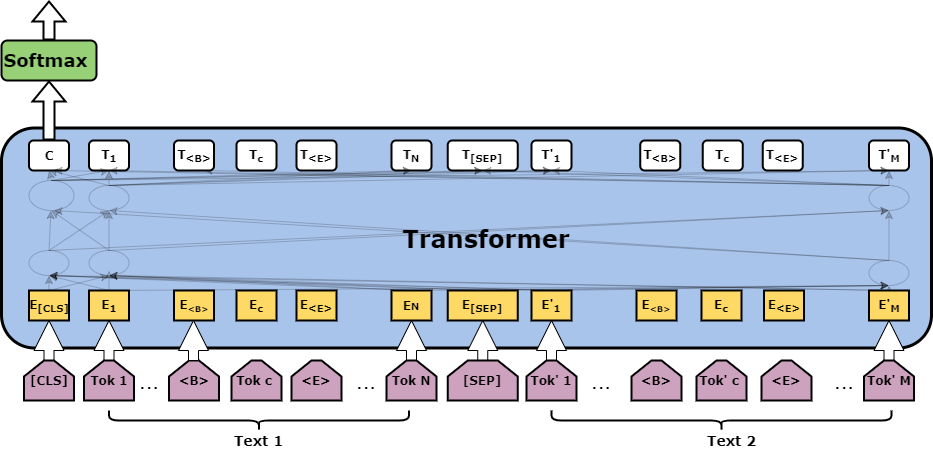
Before: figures/semantic_textual_similarity/transformers/STSTransformers.png, a diagram exported from draw.io (TharinduDR/Thesis). Source tidied: cells renumbered, new cells last; positions are measured from the earlier drawing's top-left corner, leaving out a move shared by most shapes.
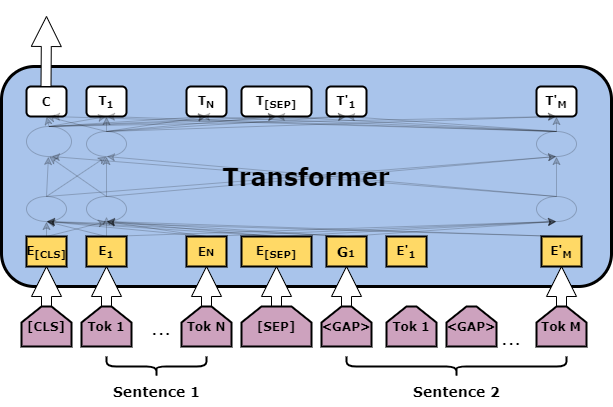
Above is the later version.

Change to the diagram source:
```diff
@@ -5,6 +5,6 @@
     <mxCell id="2" style="rounded=1;whiteSpace=wrap;html=1;strokeWidth=3;fillColor=#A9C4EB;" parent="1" vertex="1">
-      <mxGeometry y="127.5" width="930" height="220" as="geometry" />
+      <mxGeometry x="-220" y="90" width="610" height="220" as="geometry" />
     </mxCell>
     <mxCell id="3" value="&lt;font face=&quot;Verdana&quot;&gt;&lt;span style=&quot;font-size: 24px&quot;&gt;&lt;b&gt;Transformer&lt;/b&gt;&lt;/span&gt;&lt;/font&gt;" style="text;html=1;strokeColor=none;fillColor=none;align=center;verticalAlign=middle;whiteSpace=wrap;rounded=0;" parent="1" vertex="1">
-      <mxGeometry x="435" y="225" width="100" height="25" as="geometry" />
+      <mxGeometry x="35" y="187.5" width="100" height="25" as="geometry" />
     </mxCell>
@@ -14,3 +14,3 @@
     <mxCell id="5" value="&lt;font face=&quot;Verdana&quot;&gt;&lt;b&gt;[CLS]&lt;/b&gt;&lt;/font&gt;" style="shape=loopLimit;whiteSpace=wrap;html=1;fillColor=#CDA2BE;strokeWidth=2;" parent="1" vertex="1">
-      <mxGeometry x="22.5" y="360" width="50" height="40" as="geometry" />
+      <mxGeometry x="-200" y="330" width="50" height="40" as="geometry" />
     </mxCell>
@@ -20,6 +20,6 @@
     <mxCell id="7" value="&lt;font face=&quot;Verdana&quot;&gt;&lt;b&gt;Tok 1&lt;/b&gt;&lt;/font&gt;" style="shape=loopLimit;whiteSpace=wrap;html=1;fillColor=#CDA2BE;strokeWidth=2;" parent="1" vertex="1">
-      <mxGeometry x="82.5" y="360" width="50" height="40" as="geometry" />
+      <mxGeometry x="-140" y="330" width="50" height="40" as="geometry" />
     </mxCell>
     <mxCell id="8" value="&lt;font style=&quot;font-size: 24px&quot;&gt;...&lt;/font&gt;" style="text;html=1;strokeColor=none;fillColor=none;align=center;verticalAlign=middle;whiteSpace=wrap;rounded=0;" parent="1" vertex="1">
-      <mxGeometry x="127.5" y="370" width="40" height="20" as="geometry" />
+      <mxGeometry x="-80" y="340" width="40" height="20" as="geometry" />
     </mxCell>
@@ -29,3 +29,3 @@
     <mxCell id="10" value="&lt;font face=&quot;Verdana&quot;&gt;&lt;b&gt;Tok N&lt;/b&gt;&lt;/font&gt;" style="shape=loopLimit;whiteSpace=wrap;html=1;fillColor=#CDA2BE;strokeWidth=2;" parent="1" vertex="1">
-      <mxGeometry x="385" y="360" width="50" height="40" as="geometry" />
+      <mxGeometry x="-40" y="330" width="50" height="40" as="geometry" />
     </mxCell>
@@ -35,3 +35,3 @@
     <mxCell id="12" value="&lt;font face=&quot;Verdana&quot;&gt;&lt;b&gt;[SEP]&lt;/b&gt;&lt;/font&gt;" style="shape=loopLimit;whiteSpace=wrap;html=1;fillColor=#CDA2BE;strokeWidth=2;" parent="1" vertex="1">
-      <mxGeometry x="446.2" y="360" width="70" height="40" as="geometry" />
+      <mxGeometry x="20" y="330" width="70" height="40" as="geometry" />
     </mxCell>
@@ -40,5 +40,8 @@
     </mxCell>
-    <mxCell id="14" value="&lt;font face=&quot;Verdana&quot;&gt;&lt;b&gt;Tok' 1&lt;/b&gt;&lt;/font&gt;" style="shape=loopLimit;whiteSpace=wrap;html=1;fillColor=#CDA2BE;strokeWidth=2;" parent="1" vertex="1">
-      <mxGeometry x="525" y="360" width="50" height="40" as="geometry" />
+    <mxCell id="14" value="&lt;font face=&quot;Verdana&quot;&gt;&lt;b&gt;&amp;lt;GAP&amp;gt;&lt;/b&gt;&lt;/font&gt;" style="shape=loopLimit;whiteSpace=wrap;html=1;fillColor=#CDA2BE;strokeWidth=2;" parent="1" vertex="1">
+      <mxGeometry x="100" y="330" width="50" height="40" as="geometry" />
     </mxCell>
+    <mxCell id="108" value="&lt;font style=&quot;font-size: 24px&quot;&gt;...&lt;/font&gt;" style="text;html=1;strokeColor=none;fillColor=none;align=center;verticalAlign=middle;whiteSpace=wrap;rounded=0;" parent="1" vertex="1">
+      <mxGeometry x="270" y="350" width="40" height="20" as="geometry" />
+    </mxCell>
     <mxCell id="15" style="edgeStyle=orthogonalEdgeStyle;shape=arrow;rounded=0;jettySize=auto;html=1;exitX=0.5;exitY=0;exitDx=0;exitDy=0;entryX=0.5;entryY=1;entryDx=0;entryDy=0;fillColor=#FFFFFF;" parent="1" edge="1" source="16" target="39">
@@ -46,4 +49,4 @@
     </mxCell>
-    <mxCell id="16" value="&lt;font face=&quot;Verdana&quot;&gt;&lt;b&gt;Tok' M&lt;/b&gt;&lt;/font&gt;" style="shape=loopLimit;whiteSpace=wrap;html=1;fillColor=#CDA2BE;strokeWidth=2;" parent="1" vertex="1">
-      <mxGeometry x="862.5" y="360" width="50" height="40" as="geometry" />
+    <mxCell id="16" value="&lt;font face=&quot;Verdana&quot;&gt;&lt;b&gt;Tok M&lt;/b&gt;&lt;/font&gt;" style="shape=loopLimit;whiteSpace=wrap;html=1;fillColor=#CDA2BE;strokeWidth=2;" parent="1" vertex="1">
+      <mxGeometry x="315" y="330" width="50" height="40" as="geometry" />
     </mxCell>
@@ -56,3 +59,3 @@
     <mxCell id="19" value="&lt;font face=&quot;Verdana&quot;&gt;&lt;b&gt;E&lt;sub&gt;[CLS]&lt;/sub&gt;&lt;/b&gt;&lt;/font&gt;" style="rounded=0;whiteSpace=wrap;html=1;strokeWidth=2;fillColor=#FFD966;" parent="1" vertex="1">
-      <mxGeometry x="27.5" y="290" width="40" height="30" as="geometry" />
+      <mxGeometry x="-195" y="260" width="40" height="30" as="geometry" />
     </mxCell>
@@ -63,3 +66,3 @@
       <mxGeometry relative="1" as="geometry">
-        <mxPoint x="107.5" y="270" as="targetPoint" />
+        <mxPoint x="-115" y="240" as="targetPoint" />
       </mxGeometry>
@@ -70,3 +73,3 @@
     <mxCell id="23" value="&lt;font face=&quot;Verdana&quot;&gt;&lt;b&gt;E&lt;sub&gt;1&lt;/sub&gt;&lt;/b&gt;&lt;/font&gt;" style="rounded=0;whiteSpace=wrap;html=1;strokeWidth=2;fillColor=#FFD966;" parent="1" vertex="1">
-      <mxGeometry x="87.5" y="290" width="40" height="30" as="geometry" />
+      <mxGeometry x="-135" y="260" width="40" height="30" as="geometry" />
     </mxCell>
@@ -82,3 +85,3 @@
     <mxCell id="27" value="&lt;font face=&quot;Verdana&quot;&gt;&lt;b&gt;E&lt;span style=&quot;font-size: 10px&quot;&gt;N&lt;/span&gt;&lt;/b&gt;&lt;/font&gt;" style="rounded=0;whiteSpace=wrap;html=1;strokeWidth=2;fillColor=#FFD966;" parent="1" vertex="1">
-      <mxGeometry x="390" y="290" width="40" height="30" as="geometry" />
+      <mxGeometry x="-35" y="260" width="40" height="30" as="geometry" />
     </mxCell>
@@ -94,3 +97,3 @@
     <mxCell id="31" value="&lt;font face=&quot;Verdana&quot;&gt;&lt;b&gt;E&lt;sub&gt;[SEP]&lt;/sub&gt;&lt;/b&gt;&lt;/font&gt;" style="rounded=0;whiteSpace=wrap;html=1;strokeWidth=2;fillColor=#FFD966;" parent="1" vertex="1">
-      <mxGeometry x="446.2" y="290" width="70" height="30" as="geometry" />
+      <mxGeometry x="20" y="260" width="70" height="30" as="geometry" />
     </mxCell>
@@ -105,4 +108,4 @@
     </mxCell>
-    <mxCell id="35" value="&lt;font face=&quot;Verdana&quot;&gt;&lt;b&gt;E'&lt;sub&gt;1&lt;/sub&gt;&lt;/b&gt;&lt;/font&gt;" style="rounded=0;whiteSpace=wrap;html=1;strokeWidth=2;fillColor=#FFD966;" parent="1" vertex="1">
-      <mxGeometry x="530" y="290" width="40" height="30" as="geometry" />
+    <mxCell id="35" value="&lt;font face=&quot;Verdana&quot;&gt;&lt;b&gt;&lt;sub&gt;&lt;font style=&quot;font-size: 14px&quot;&gt;G&lt;/font&gt;1&lt;/sub&gt;&lt;/b&gt;&lt;/font&gt;" style="rounded=0;whiteSpace=wrap;html=1;strokeWidth=2;fillColor=#FFD966;" parent="1" vertex="1">
+      <mxGeometry x="105" y="260" width="40" height="30" as="geometry" />
     </mxCell>
@@ -114,28 +117,22 @@
     </mxCell>
-    <mxCell id="38" style="edgeStyle=none;rounded=0;jettySize=auto;html=1;exitX=0.5;exitY=0;exitDx=0;exitDy=0;fillColor=#FFFFFF;opacity=20;" parent="1" edge="1" source="39" target="58">
-      <mxGeometry relative="1" as="geometry" />
-    </mxCell>
     <mxCell id="39" value="&lt;font face=&quot;Verdana&quot;&gt;&lt;b&gt;E'&lt;sub&gt;M&lt;/sub&gt;&lt;/b&gt;&lt;/font&gt;" style="rounded=0;whiteSpace=wrap;html=1;strokeWidth=2;fillColor=#FFD966;" parent="1" vertex="1">
-      <mxGeometry x="867.5" y="290" width="40" height="30" as="geometry" />
+      <mxGeometry x="320" y="260" width="40" height="30" as="geometry" />
     </mxCell>
-    <mxCell id="40" style="edgeStyle=orthogonalEdgeStyle;shape=flexArrow;rounded=0;jettySize=auto;html=1;exitX=0.5;exitY=0;exitDx=0;exitDy=0;fillColor=#FFFFFF;strokeWidth=2;" parent="1" edge="1" source="41" target="81">
-      <mxGeometry relative="1" as="geometry" />
-    </mxCell>
     <mxCell id="41" value="&lt;font face=&quot;Verdana&quot;&gt;&lt;b&gt;C&lt;/b&gt;&lt;/font&gt;" style="rounded=1;whiteSpace=wrap;html=1;strokeWidth=2;" parent="1" vertex="1">
-      <mxGeometry x="27.5" y="140" width="40" height="30" as="geometry" />
+      <mxGeometry x="-195" y="110" width="40" height="30" as="geometry" />
     </mxCell>
     <mxCell id="42" value="&lt;font face=&quot;Verdana&quot;&gt;&lt;b&gt;T&lt;sub&gt;1&lt;/sub&gt;&lt;/b&gt;&lt;/font&gt;" style="rounded=1;whiteSpace=wrap;html=1;strokeWidth=2;" parent="1" vertex="1">
-      <mxGeometry x="87.5" y="140" width="40" height="30" as="geometry" />
+      <mxGeometry x="-135" y="110" width="40" height="30" as="geometry" />
     </mxCell>
     <mxCell id="43" value="&lt;font face=&quot;Verdana&quot;&gt;&lt;b&gt;T&lt;sub&gt;N&lt;/sub&gt;&lt;/b&gt;&lt;/font&gt;" style="rounded=1;whiteSpace=wrap;html=1;strokeWidth=2;" parent="1" vertex="1">
-      <mxGeometry x="390" y="140" width="40" height="30" as="geometry" />
+      <mxGeometry x="-35" y="110" width="40" height="30" as="geometry" />
     </mxCell>
     <mxCell id="44" value="&lt;font face=&quot;Verdana&quot;&gt;&lt;b&gt;T&lt;sub&gt;[SEP]&lt;/sub&gt;&lt;/b&gt;&lt;/font&gt;" style="rounded=1;whiteSpace=wrap;html=1;strokeWidth=2;" parent="1" vertex="1">
-      <mxGeometry x="446.2" y="140" width="70" height="30" as="geometry" />
+      <mxGeometry x="20" y="110" width="70" height="30" as="geometry" />
     </mxCell>
     <mxCell id="45" value="&lt;font face=&quot;Verdana&quot;&gt;&lt;b&gt;T'&lt;sub&gt;1&lt;/sub&gt;&lt;/b&gt;&lt;/font&gt;" style="rounded=1;whiteSpace=wrap;html=1;strokeWidth=2;" parent="1" vertex="1">
-      <mxGeometry x="530" y="140" width="40" height="30" as="geometry" />
+      <mxGeometry x="105" y="110" width="40" height="30" as="geometry" />
     </mxCell>
     <mxCell id="46" value="&lt;font face=&quot;Verdana&quot;&gt;&lt;b&gt;T'&lt;sub&gt;M&lt;/sub&gt;&lt;/b&gt;&lt;/font&gt;" style="rounded=1;whiteSpace=wrap;html=1;strokeWidth=2;" parent="1" vertex="1">
-      <mxGeometry x="867.5" y="140" width="40" height="30" as="geometry" />
+      <mxGeometry x="315" y="110" width="40" height="30" as="geometry" />
     </mxCell>
@@ -151,3 +148,3 @@
     <mxCell id="50" style="ellipse;whiteSpace=wrap;html=1;strokeWidth=1;fillColor=#A9C4EB;opacity=20;" parent="1" vertex="1">
-      <mxGeometry x="27.5" y="250" width="40" height="25" as="geometry" />
+      <mxGeometry x="-195" y="220" width="40" height="25" as="geometry" />
     </mxCell>
@@ -163,3 +160,3 @@
     <mxCell id="54" style="ellipse;whiteSpace=wrap;html=1;strokeWidth=1;fillColor=#A9C4EB;opacity=20;" parent="1" vertex="1">
-      <mxGeometry x="87.5" y="250" width="40" height="25" as="geometry" />
+      <mxGeometry x="-135" y="220" width="40" height="25" as="geometry" />
     </mxCell>
@@ -167,3 +164,3 @@
       <mxGeometry relative="1" as="geometry">
-        <mxPoint x="52.5" y="210" as="targetPoint" />
+        <mxPoint x="-170" y="180" as="targetPoint" />
       </mxGeometry>
@@ -177,3 +174,3 @@
     <mxCell id="58" style="ellipse;whiteSpace=wrap;html=1;strokeWidth=1;fillColor=#A9C4EB;opacity=20;" parent="1" vertex="1">
-      <mxGeometry x="867.5" y="260" width="40" height="25" as="geometry" />
+      <mxGeometry x="315" y="220" width="40" height="25" as="geometry" />
     </mxCell>
@@ -198,3 +195,3 @@
     <mxCell id="65" style="ellipse;whiteSpace=wrap;html=1;strokeWidth=1;fillColor=#A9C4EB;opacity=20;" parent="1" vertex="1">
-      <mxGeometry x="27.5" y="180" width="45" height="30" as="geometry" />
+      <mxGeometry x="-195" y="150" width="45" height="30" as="geometry" />
     </mxCell>
@@ -219,3 +216,3 @@
     <mxCell id="72" style="ellipse;whiteSpace=wrap;html=1;strokeWidth=1;opacity=20;fillColor=#A9C4EB;" parent="1" vertex="1">
-      <mxGeometry x="87.5" y="185" width="40" height="25" as="geometry" />
+      <mxGeometry x="-135" y="155" width="40" height="25" as="geometry" />
     </mxCell>
@@ -223,3 +220,3 @@
       <mxGeometry relative="1" as="geometry">
-        <mxPoint x="52.5" y="170" as="targetPoint" />
+        <mxPoint x="-170" y="140" as="targetPoint" />
       </mxGeometry>
@@ -237,3 +234,3 @@
       <mxGeometry relative="1" as="geometry">
-        <mxPoint x="202.5" y="170" as="targetPoint" />
+        <mxPoint x="-20" y="140" as="targetPoint" />
       </mxGeometry>
@@ -244,93 +241,31 @@
     <mxCell id="79" style="ellipse;whiteSpace=wrap;html=1;strokeWidth=1;opacity=20;fillColor=#A9C4EB;" parent="1" vertex="1">
-      <mxGeometry x="867.5" y="185" width="40" height="25" as="geometry" />
+      <mxGeometry x="315" y="155" width="40" height="25" as="geometry" />
     </mxCell>
-    <mxCell id="80" style="edgeStyle=orthogonalEdgeStyle;rounded=0;jettySize=auto;html=1;exitX=0.5;exitY=0;exitDx=0;exitDy=0;shape=flexArrow;strokeWidth=2;" parent="1" edge="1" source="81">
-      <mxGeometry relative="1" as="geometry">
-        <mxPoint x="47.5" as="targetPoint" />
-      </mxGeometry>
-    </mxCell>
-    <mxCell id="81" value="&lt;font style=&quot;font-size: 18px&quot; face=&quot;Verdana&quot;&gt;&lt;b&gt;Softmax&amp;nbsp;&lt;/b&gt;&lt;/font&gt;" style="rounded=1;whiteSpace=wrap;html=1;strokeWidth=2;fillColor=#97D077;" parent="1" vertex="1">
-      <mxGeometry y="40" width="95" height="40" as="geometry" />
-    </mxCell>
-    <mxCell id="82" value="&lt;font face=&quot;Verdana&quot;&gt;&lt;span style=&quot;font-size: 14px&quot;&gt;&lt;b&gt;Text 1&lt;/b&gt;&lt;/span&gt;&lt;/font&gt;" style="text;html=1;strokeColor=none;fillColor=none;align=center;verticalAlign=middle;whiteSpace=wrap;rounded=0;" parent="1" vertex="1">
-      <mxGeometry x="230" y="430" width="55" height="20" as="geometry" />
+    <mxCell id="82" value="&lt;font face=&quot;Verdana&quot; style=&quot;font-size: 14px&quot;&gt;&lt;b&gt;Sentence 1&lt;/b&gt;&lt;/font&gt;" style="text;html=1;strokeColor=none;fillColor=none;align=center;verticalAlign=middle;whiteSpace=wrap;rounded=0;" parent="1" vertex="1">
+      <mxGeometry x="-122.5" y="400" width="115" height="30" as="geometry" />
     </mxCell>
-    <mxCell id="83" value="&lt;font face=&quot;Verdana&quot;&gt;&lt;span style=&quot;font-size: 14px&quot;&gt;&lt;b&gt;Text 2&lt;/b&gt;&lt;/span&gt;&lt;/font&gt;" style="text;html=1;align=center;verticalAlign=middle;" parent="1" vertex="1">
-      <mxGeometry x="700" y="430" width="60" height="20" as="geometry" />
+    <mxCell id="83" value="&lt;b style=&quot;font-family: &amp;#34;verdana&amp;#34; ; font-size: 14px&quot;&gt;Sentence 2&lt;/b&gt;" style="text;html=1;align=center;verticalAlign=middle;" parent="1" vertex="1">
+      <mxGeometry x="185" y="405" width="100" height="20" as="geometry" />
     </mxCell>
     <mxCell id="84" style="shape=curlyBracket;whiteSpace=wrap;html=1;rounded=1;strokeWidth=2;rotation=-90;" parent="1" vertex="1">
-      <mxGeometry x="247.5" y="270" width="20" height="300" as="geometry" />
+      <mxGeometry x="-75" y="340" width="20" height="100" as="geometry" />
     </mxCell>
     <mxCell id="85" style="shape=curlyBracket;whiteSpace=wrap;html=1;rounded=1;strokeWidth=2;rotation=-90;" parent="1" vertex="1">
-      <mxGeometry x="710" y="250" width="20" height="340" as="geometry" />
+      <mxGeometry x="225" y="280" width="20" height="220" as="geometry" />
     </mxCell>
-    <mxCell id="86" value="&lt;font face=&quot;Verdana&quot; style=&quot;font-size: 12px&quot;&gt;&lt;b&gt;Tok c&amp;nbsp;&lt;/b&gt;&lt;/font&gt;" style="shape=loopLimit;whiteSpace=wrap;html=1;fillColor=#CDA2BE;strokeWidth=2;" parent="1" vertex="1">
-      <mxGeometry x="230" y="360" width="50" height="40" as="geometry" />
-    </mxCell>
-    <mxCell id="87" value="&lt;font face=&quot;Verdana&quot;&gt;&lt;b&gt;&amp;lt;E&amp;gt;&lt;/b&gt;&lt;/font&gt;" style="shape=loopLimit;whiteSpace=wrap;html=1;fillColor=#CDA2BE;strokeWidth=2;" parent="1" vertex="1">
-      <mxGeometry x="290" y="360" width="50" height="40" as="geometry" />
-    </mxCell>
-    <mxCell id="88" value="&lt;font face=&quot;Verdana&quot; style=&quot;font-size: 12px&quot;&gt;&lt;b&gt;&amp;lt;B&amp;gt;&lt;/b&gt;&lt;/font&gt;" style="shape=loopLimit;whiteSpace=wrap;html=1;fillColor=#CDA2BE;strokeWidth=2;" parent="1" vertex="1">
-      <mxGeometry x="167.5" y="360" width="50" height="40" as="geometry" />
-    </mxCell>
-    <mxCell id="89" value="&lt;font style=&quot;font-size: 24px&quot;&gt;...&lt;/font&gt;" style="text;html=1;strokeColor=none;fillColor=none;align=center;verticalAlign=middle;whiteSpace=wrap;rounded=0;" parent="1" vertex="1">
-      <mxGeometry x="345" y="370" width="40" height="20" as="geometry" />
-    </mxCell>
-    <mxCell id="90" value="&lt;font face=&quot;Verdana&quot; style=&quot;font-size: 12px&quot;&gt;&lt;b&gt;&lt;font&gt;Tok&lt;/font&gt;' c&amp;nbsp;&lt;/b&gt;&lt;/font&gt;" style="shape=loopLimit;whiteSpace=wrap;html=1;fillColor=#CDA2BE;strokeWidth=2;" parent="1" vertex="1">
-      <mxGeometry x="695" y="360" width="50" height="40" as="geometry" />
-    </mxCell>
-    <mxCell id="91" value="&lt;font face=&quot;Verdana&quot;&gt;&lt;b&gt;&amp;lt;E&amp;gt;&lt;/b&gt;&lt;/font&gt;" style="shape=loopLimit;whiteSpace=wrap;html=1;fillColor=#CDA2BE;strokeWidth=2;" parent="1" vertex="1">
-      <mxGeometry x="760" y="360" width="50" height="40" as="geometry" />
-    </mxCell>
-    <mxCell id="92" value="&lt;font face=&quot;Verdana&quot; style=&quot;font-size: 12px&quot;&gt;&lt;b&gt;&amp;lt;B&amp;gt;&lt;/b&gt;&lt;/font&gt;" style="shape=loopLimit;whiteSpace=wrap;html=1;fillColor=#CDA2BE;strokeWidth=2;" parent="1" vertex="1">
-      <mxGeometry x="630" y="360" width="50" height="40" as="geometry" />
-    </mxCell>
-    <mxCell id="93" value="&lt;font style=&quot;font-size: 24px&quot;&gt;...&lt;/font&gt;" style="text;html=1;strokeColor=none;fillColor=none;align=center;verticalAlign=middle;whiteSpace=wrap;rounded=0;" parent="1" vertex="1">
-      <mxGeometry x="580" y="370" width="40" height="20" as="geometry" />
-    </mxCell>
-    <mxCell id="94" value="&lt;font style=&quot;font-size: 24px&quot;&gt;...&lt;/font&gt;" style="text;html=1;strokeColor=none;fillColor=none;align=center;verticalAlign=middle;whiteSpace=wrap;rounded=0;" parent="1" vertex="1">
-      <mxGeometry x="822.5" y="370" width="40" height="20" as="geometry" />
-    </mxCell>
-    <mxCell id="95" value="&lt;font face=&quot;Verdana&quot;&gt;&lt;b&gt;E&lt;span style=&quot;font-size: 10px&quot;&gt;&lt;sub&gt;&amp;lt;B&amp;gt;&lt;/sub&gt;&lt;/span&gt;&lt;/b&gt;&lt;/font&gt;" style="rounded=0;whiteSpace=wrap;html=1;strokeWidth=2;fillColor=#FFD966;" parent="1" vertex="1">
-      <mxGeometry x="172.5" y="290" width="40" height="30" as="geometry" />
-    </mxCell>
-    <mxCell id="96" value="&lt;font face=&quot;Verdana&quot;&gt;&lt;b&gt;E&lt;sub&gt;c&lt;/sub&gt;&lt;/b&gt;&lt;/font&gt;" style="rounded=0;whiteSpace=wrap;html=1;strokeWidth=2;fillColor=#FFD966;" parent="1" vertex="1">
-      <mxGeometry x="235" y="290" width="40" height="30" as="geometry" />
-    </mxCell>
-    <mxCell id="97" value="&lt;font face=&quot;Verdana&quot;&gt;&lt;b&gt;E&lt;sub&gt;&amp;lt;E&amp;gt;&lt;/sub&gt;&lt;/b&gt;&lt;/font&gt;" style="rounded=0;whiteSpace=wrap;html=1;strokeWidth=2;fillColor=#FFD966;" parent="1" vertex="1">
-      <mxGeometry x="295" y="290" width="40" height="30" as="geometry" />
-    </mxCell>
-    <mxCell id="98" value="&lt;font face=&quot;Verdana&quot;&gt;&lt;b&gt;T&lt;sub&gt;&amp;lt;B&amp;gt;&lt;/sub&gt;&lt;/b&gt;&lt;/font&gt;" style="rounded=1;whiteSpace=wrap;html=1;strokeWidth=2;" parent="1" vertex="1">
-      <mxGeometry x="172.5" y="140" width="40" height="30" as="geometry" />
-    </mxCell>
-    <mxCell id="99" value="&lt;font face=&quot;Verdana&quot;&gt;&lt;b&gt;T&lt;sub&gt;c&lt;/sub&gt;&lt;/b&gt;&lt;/font&gt;" style="rounded=1;whiteSpace=wrap;html=1;strokeWidth=2;" parent="1" vertex="1">
-      <mxGeometry x="235" y="140" width="40" height="30" as="geometry" />
-    </mxCell>
-    <mxCell id="100" value="&lt;font face=&quot;Verdana&quot;&gt;&lt;b&gt;T&lt;sub&gt;&amp;lt;E&amp;gt;&lt;/sub&gt;&lt;/b&gt;&lt;/font&gt;" style="rounded=1;whiteSpace=wrap;html=1;strokeWidth=2;" parent="1" vertex="1">
-      <mxGeometry x="295" y="140" width="40" height="30" as="geometry" />
-    </mxCell>
-    <mxCell id="101" style="edgeStyle=orthogonalEdgeStyle;shape=arrow;rounded=0;orthogonalLoop=1;jettySize=auto;html=1;exitX=0.5;exitY=0;exitDx=0;exitDy=0;fillColor=#FFFFFF;" parent="1" edge="1">
-      <mxGeometry relative="1" as="geometry">
-        <mxPoint x="192" y="360" as="sourcePoint" />
-        <mxPoint x="192" y="320" as="targetPoint" />
-      </mxGeometry>
-    </mxCell>
-    <mxCell id="102" value="&lt;font face=&quot;Verdana&quot;&gt;&lt;b&gt;T&lt;sub&gt;&amp;lt;B&amp;gt;&lt;/sub&gt;&lt;/b&gt;&lt;/font&gt;" style="rounded=1;whiteSpace=wrap;html=1;strokeWidth=2;" parent="1" vertex="1">
-      <mxGeometry x="638.8" y="140" width="40" height="30" as="geometry" />
-    </mxCell>
-    <mxCell id="103" value="&lt;font face=&quot;Verdana&quot;&gt;&lt;b&gt;T&lt;sub&gt;c&lt;/sub&gt;&lt;/b&gt;&lt;/font&gt;" style="rounded=1;whiteSpace=wrap;html=1;strokeWidth=2;" parent="1" vertex="1">
-      <mxGeometry x="701.2" y="140" width="40" height="30" as="geometry" />
-    </mxCell>
-    <mxCell id="104" value="&lt;font face=&quot;Verdana&quot;&gt;&lt;b&gt;T&lt;sub&gt;&amp;lt;E&amp;gt;&lt;/sub&gt;&lt;/b&gt;&lt;/font&gt;" style="rounded=1;whiteSpace=wrap;html=1;strokeWidth=2;" parent="1" vertex="1">
-      <mxGeometry x="761.2" y="140" width="40" height="30" as="geometry" />
-    </mxCell>
-    <mxCell id="105" value="&lt;font face=&quot;Verdana&quot;&gt;&lt;b&gt;E&lt;span style=&quot;font-size: 10px&quot;&gt;&lt;sub&gt;&amp;lt;B&amp;gt;&lt;/sub&gt;&lt;/span&gt;&lt;/b&gt;&lt;/font&gt;" style="rounded=0;whiteSpace=wrap;html=1;strokeWidth=2;fillColor=#FFD966;" parent="1" vertex="1">
-      <mxGeometry x="635" y="290" width="40" height="30" as="geometry" />
-    </mxCell>
-    <mxCell id="106" value="&lt;font face=&quot;Verdana&quot;&gt;&lt;b&gt;E&lt;sub&gt;c&lt;/sub&gt;&lt;/b&gt;&lt;/font&gt;" style="rounded=0;whiteSpace=wrap;html=1;strokeWidth=2;fillColor=#FFD966;" parent="1" vertex="1">
-      <mxGeometry x="700" y="290" width="40" height="30" as="geometry" />
-    </mxCell>
-    <mxCell id="107" value="&lt;font face=&quot;Verdana&quot;&gt;&lt;b&gt;E&lt;sub&gt;&amp;lt;E&amp;gt;&lt;/sub&gt;&lt;/b&gt;&lt;/font&gt;" style="rounded=0;whiteSpace=wrap;html=1;strokeWidth=2;fillColor=#FFD966;" parent="1" vertex="1">
-      <mxGeometry x="762.5" y="290" width="40" height="30" as="geometry" />
-    </mxCell>
+    <mxCell id="109" value="&lt;font face=&quot;Verdana&quot;&gt;&lt;b&gt;Tok 1&lt;/b&gt;&lt;/font&gt;" style="shape=loopLimit;whiteSpace=wrap;html=1;fillColor=#CDA2BE;strokeWidth=2;" parent="1" vertex="1">
+      <mxGeometry x="165" y="330" width="50" height="40" as="geometry" />
+    </mxCell>
+    <mxCell id="110" value="&lt;font face=&quot;Verdana&quot;&gt;&lt;b&gt;E'&lt;sub&gt;1&lt;/sub&gt;&lt;/b&gt;&lt;/font&gt;" style="rounded=0;whiteSpace=wrap;html=1;strokeWidth=2;fillColor=#FFD966;" parent="1" vertex="1">
+      <mxGeometry x="165" y="260" width="40" height="30" as="geometry" />
+    </mxCell>
+    <mxCell id="111" value="&lt;font face=&quot;Verdana&quot;&gt;&lt;b&gt;&amp;lt;GAP&amp;gt;&lt;/b&gt;&lt;/font&gt;" style="shape=loopLimit;whiteSpace=wrap;html=1;fillColor=#CDA2BE;strokeWidth=2;" parent="1" vertex="1">
+      <mxGeometry x="225" y="330" width="50" height="40" as="geometry" />
+    </mxCell>
+    <mxCell id="112" style="edgeStyle=orthogonalEdgeStyle;shape=arrow;rounded=0;orthogonalLoop=1;jettySize=auto;html=1;exitX=0.5;exitY=0;exitDx=0;exitDy=0;fillColor=#FFFFFF;" parent="1" edge="1">
+      <mxGeometry relative="1" as="geometry">
+        <mxPoint x="-175.5" y="110" as="sourcePoint" />
+        <mxPoint x="-175" y="40" as="targetPoint" />
+      </mxGeometry>
+    </mxCell>
   </root>
```
